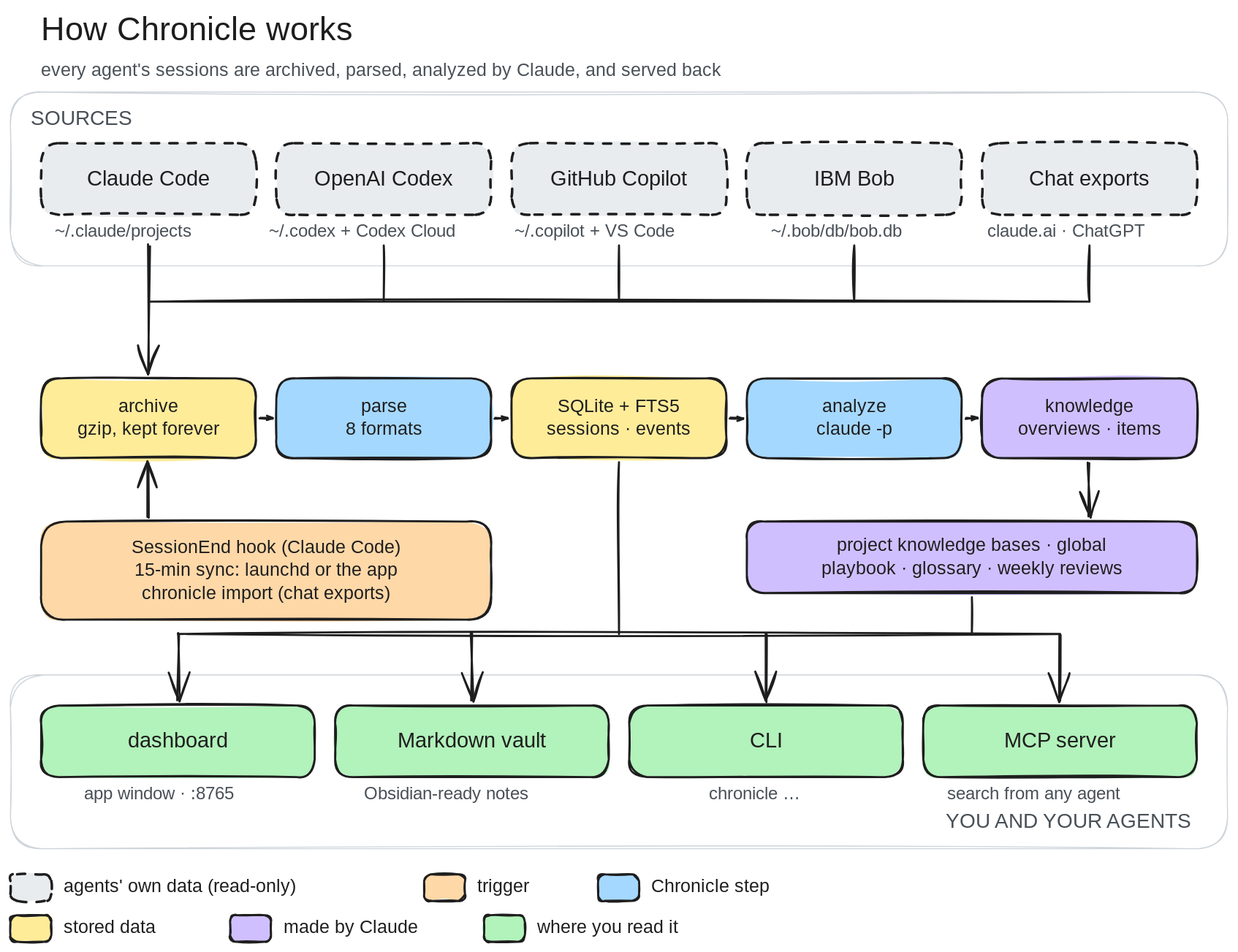
This is docs/diagrams/architecture.excalidraw.svg from Chatixia-AI/agents-chronicle, a Excalidraw export, as it was before one commit. Source tidied: one line per element, renumbered; positions are measured from the earlier drawing's top-left corner, leaving out a move shared by most shapes.
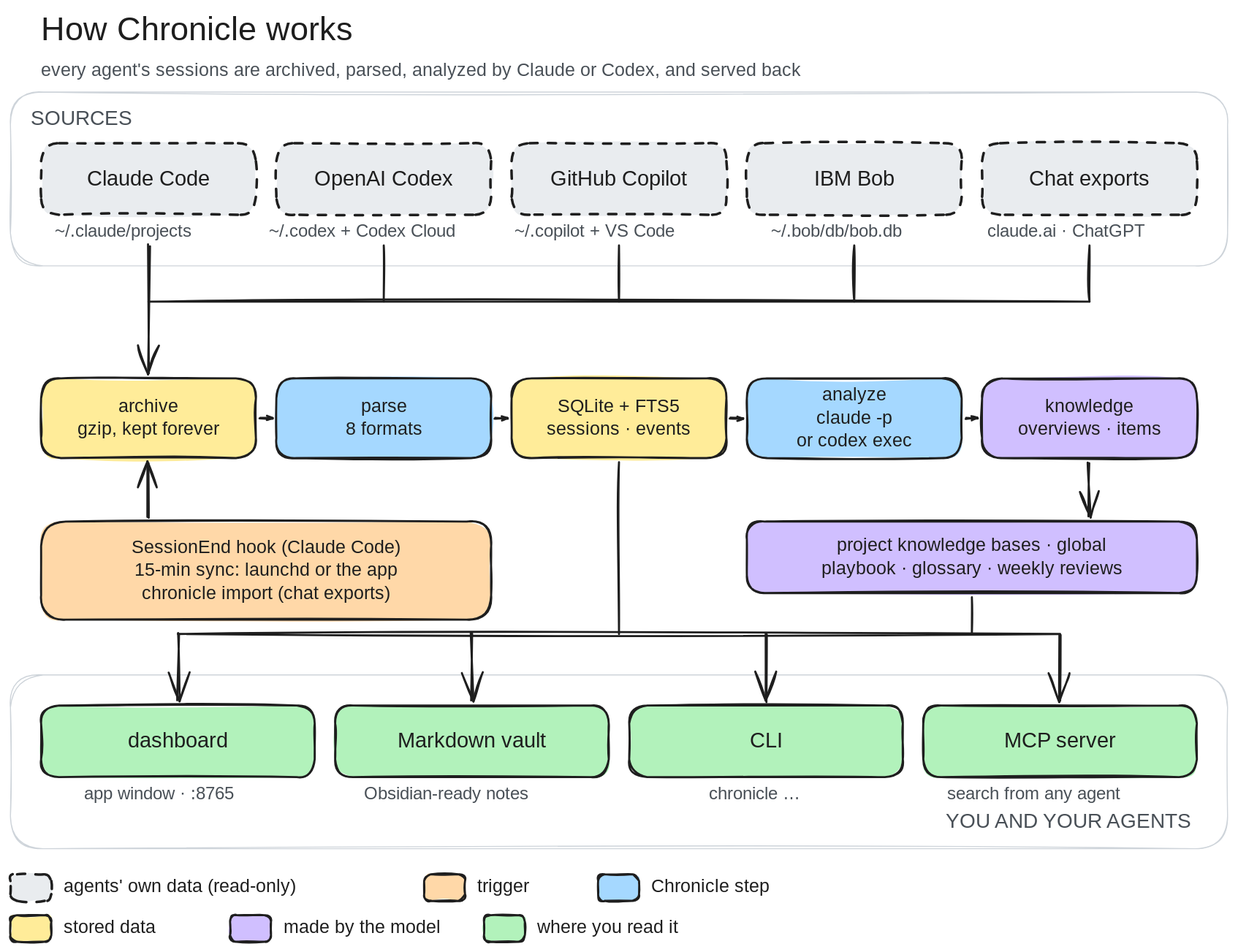
Later version of the same file.

The edit, as a diff of the source:
```diff
@@ -1,5 +1,5 @@
 {"id": 0, "type": "text", "text": "How Chronicle works", "strokeColor": "#1e1e1e", "strokeWidth": 2, "roughness": 1, "fontSize": 32, "fontFamily": 1, "x": 30, "y": 0, "width": 377, "height": 40}
-{"id": 1, "type": "text", "text": "every agent's sessions are archived, parsed, analyzed by Claude, and served back", "strokeColor": "#495057", "strokeWidth": 2, "roughness": 1, "fontSize": 18, "fontFamily": 1, "x": 30, "y": 48, "width": 893, "height": 22}
+{"id": 1, "type": "text", "text": "every agent's sessions are archived, parsed, analyzed by Claude or Codex, and served back", "strokeColor": "#495057", "strokeWidth": 2, "roughness": 1, "fontSize": 18, "fontFamily": 1, "x": 30, "y": 48, "width": 993, "height": 22}
 {"id": 2, "type": "rectangle", "strokeColor": "#ced4da", "strokeWidth": 1, "roughness": 1, "round": true, "x": 0, "y": 80, "width": 1190, "height": 170}
 {"id": 3, "type": "text", "text": "SOURCES", "strokeColor": "#495057", "strokeWidth": 2, "roughness": 1, "fontSize": 20, "fontFamily": 1, "x": 20, "y": 94, "width": 87, "height": 25}
 {"id": 4, "type": "rectangle", "strokeColor": "#1e1e1e", "backgroundColor": "#e9ecef", "fillStyle": "solid", "strokeWidth": 2, "strokeStyle": "dashed", "roughness": 1, "round": true, "x": 30, "y": 130, "width": 210, "height": 70}
@@ -29,7 +29,7 @@
 {"id": 28, "type": "rectangle", "strokeColor": "#1e1e1e", "backgroundColor": "#ffec99", "fillStyle": "solid", "strokeWidth": 2, "roughness": 1, "round": true, "x": 490, "y": 360, "width": 210, "height": 78}
 {"id": 29, "type": "text", "text": "SQLite + FTS5\nsessions · events", "strokeColor": "#1e1e1e", "strokeWidth": 2, "roughness": 1, "fontSize": 18, "fontFamily": 1, "textAlign": "center", "verticalAlign": "middle", "inside": 28, "x": 500, "y": 376, "width": 190, "height": 45}
 {"id": 30, "type": "rectangle", "strokeColor": "#1e1e1e", "backgroundColor": "#a5d8ff", "fillStyle": "solid", "strokeWidth": 2, "roughness": 1, "round": true, "x": 720, "y": 360, "width": 210, "height": 78}
-{"id": 31, "type": "text", "text": "analyze\nclaude -p", "strokeColor": "#1e1e1e", "strokeWidth": 2, "roughness": 1, "fontSize": 18, "fontFamily": 1, "textAlign": "center", "verticalAlign": "middle", "inside": 30, "x": 775, "y": 376, "width": 100, "height": 45}
+{"id": 31, "type": "text", "text": "analyze\nclaude -p\nor codex exec", "strokeColor": "#1e1e1e", "strokeWidth": 2, "roughness": 1, "fontSize": 18, "fontFamily": 1, "textAlign": "center", "verticalAlign": "middle", "inside": 30, "x": 752, "y": 365, "width": 145, "height": 68}
 {"id": 32, "type": "rectangle", "strokeColor": "#1e1e1e", "backgroundColor": "#d0bfff", "fillStyle": "solid", "strokeWidth": 2, "roughness": 1, "round": true, "x": 950, "y": 360, "width": 210, "height": 78}
 {"id": 33, "type": "text", "text": "knowledge\noverviews · items", "strokeColor": "#1e1e1e", "strokeWidth": 2, "roughness": 1, "fontSize": 18, "fontFamily": 1, "textAlign": "center", "verticalAlign": "middle", "inside": 32, "x": 960, "y": 376, "width": 190, "height": 45}
 {"id": 34, "type": "arrow", "strokeColor": "#1e1e1e", "strokeWidth": 2, "roughness": 1, "endArrowhead": "arrow", "round": true, "to": 24, "x": 135, "y": 230, "width": 0, "height": 126, "points": [[0, 0], [0, 126]]}
@@ -73,6 +73,6 @@
 {"id": 72, "type": "rectangle", "strokeColor": "#1e1e1e", "backgroundColor": "#ffec99", "fillStyle": "solid", "strokeWidth": 2, "roughness": 1, "round": true, "x": 0, "y": 885, "width": 40, "height": 26}
 {"id": 73, "type": "text", "text": "stored data", "strokeColor": "#1e1e1e", "strokeWidth": 2, "roughness": 1, "fontSize": 18, "fontFamily": 1, "x": 52, "y": 886, "width": 123, "height": 22}
 {"id": 74, "type": "rectangle", "strokeColor": "#1e1e1e", "backgroundColor": "#d0bfff", "fillStyle": "solid", "strokeWidth": 2, "roughness": 1, "round": true, "x": 215, "y": 885, "width": 40, "height": 26}
-{"id": 75, "type": "text", "text": "made by Claude", "strokeColor": "#1e1e1e", "strokeWidth": 2, "roughness": 1, "fontSize": 18, "fontFamily": 1, "x": 267, "y": 886, "width": 156, "height": 22}
+{"id": 75, "type": "text", "text": "made by the model", "strokeColor": "#1e1e1e", "strokeWidth": 2, "roughness": 1, "fontSize": 18, "fontFamily": 1, "x": 267, "y": 886, "width": 190, "height": 22}
 {"id": 76, "type": "rectangle", "strokeColor": "#1e1e1e", "backgroundColor": "#b2f2bb", "fillStyle": "solid", "strokeWidth": 2, "roughness": 1, "round": true, "x": 463, "y": 885, "width": 40, "height": 26}
 {"id": 77, "type": "text", "text": "where you read it", "strokeColor": "#1e1e1e", "strokeWidth": 2, "roughness": 1, "fontSize": 18, "fontFamily": 1, "x": 515, "y": 886, "width": 190, "height": 22}
```
